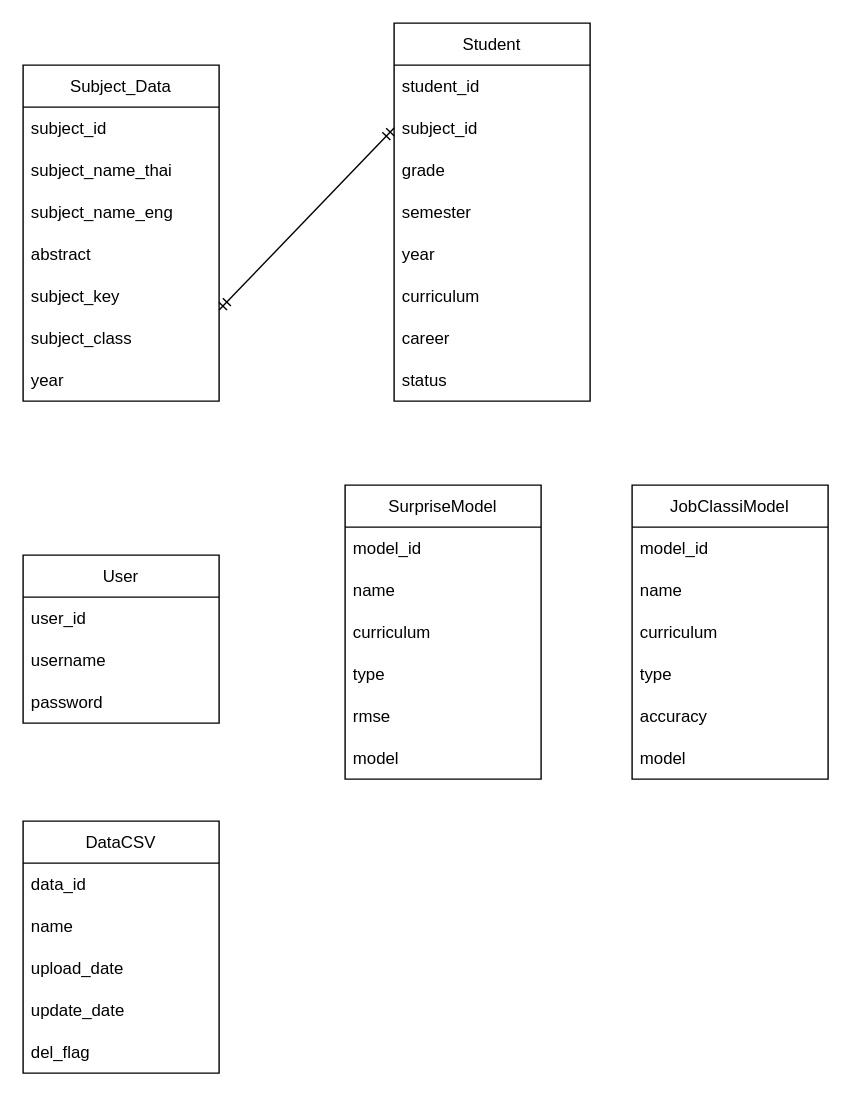
This is Design_Architecture/Dataschema.drawio from MashMaleLLO/Analytics_and_Prediction_System_for_CE_Curriculum_administrators, a draw.io file, before an edit. Source tidied: cells renumbered, new cells numbered last; positions are measured from the earlier drawing's top-left corner, leaving out a move shared by most shapes. Both pictures are drawn from the tidied source at 140%, with x=0, y=0 at pixel (22, 22).
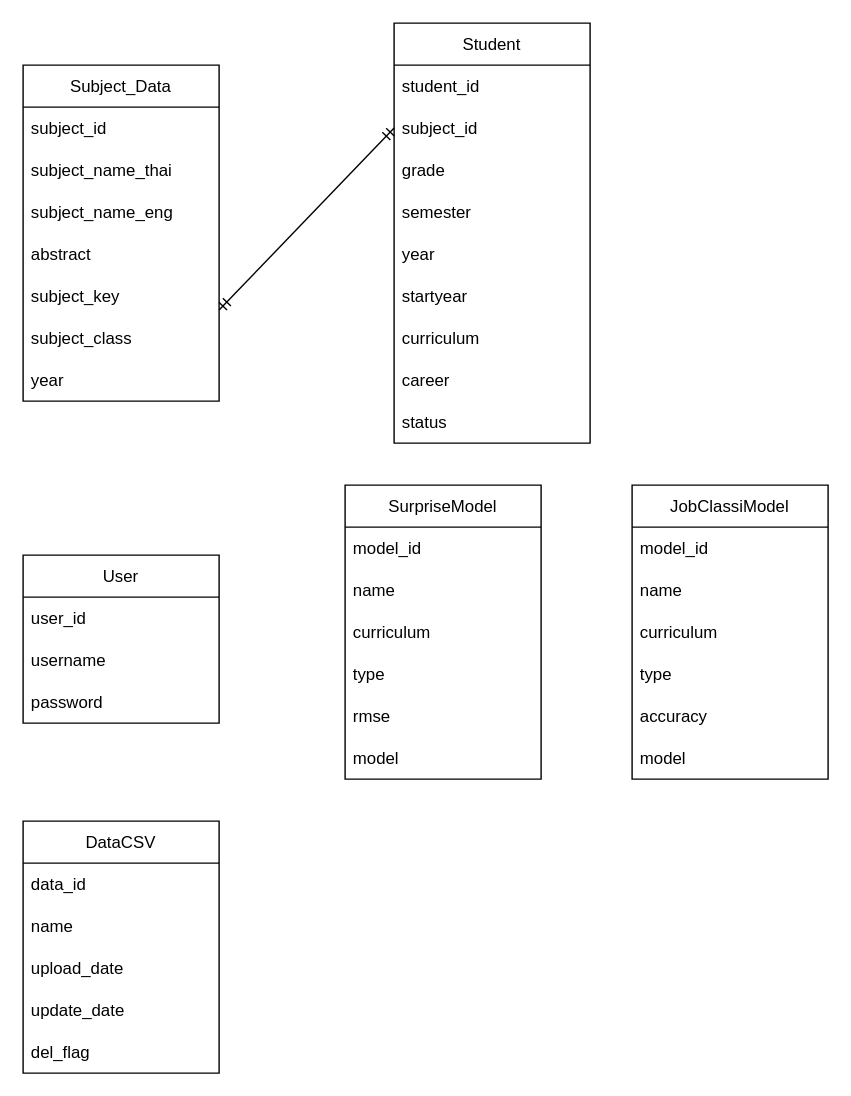
The same diagram, later.

Commit message (it also covers changes not shown here):
อัพดาต้าสกีม้า

What changed in the source:
```diff
@@
     <mxCell id="14" value="Student" style="swimlane;fontStyle=0;horizontal=1;startSize=30;" parent="1" vertex="1">
-      <mxGeometry x="265" width="140" height="270" as="geometry" />
+      <mxGeometry x="265" width="140" height="300" as="geometry" />
     </mxCell>
@@
+    <mxCell id="44" value="startyear" style="text;strokeColor=none;fillColor=none;align=left;verticalAlign=middle;spacingLeft=4;spacingRight=4;overflow=hidden;" parent="14" vertex="1">
+      <mxGeometry y="180" width="140" height="30" as="geometry" />
+    </mxCell>
     <mxCell id="20" value="curriculum" style="text;strokeColor=none;fillColor=none;align=left;verticalAlign=middle;spacingLeft=4;spacingRight=4;overflow=hidden;" parent="14" vertex="1">
-      <mxGeometry y="180" width="140" height="30" as="geometry" />
+      <mxGeometry y="210" width="140" height="30" as="geometry" />
     </mxCell>
     <mxCell id="21" value="career" style="text;strokeColor=none;fillColor=none;align=left;verticalAlign=middle;spacingLeft=4;spacingRight=4;overflow=hidden;" parent="14" vertex="1">
-      <mxGeometry y="210" width="140" height="30" as="geometry" />
+      <mxGeometry y="240" width="140" height="30" as="geometry" />
     </mxCell>
     <mxCell id="22" value="status" style="text;strokeColor=none;fillColor=none;align=left;verticalAlign=middle;spacingLeft=4;spacingRight=4;overflow=hidden;" parent="14" vertex="1">
-      <mxGeometry y="240" width="140" height="30" as="geometry" />
+      <mxGeometry y="270" width="140" height="30" as="geometry" />
     </mxCell>
```
